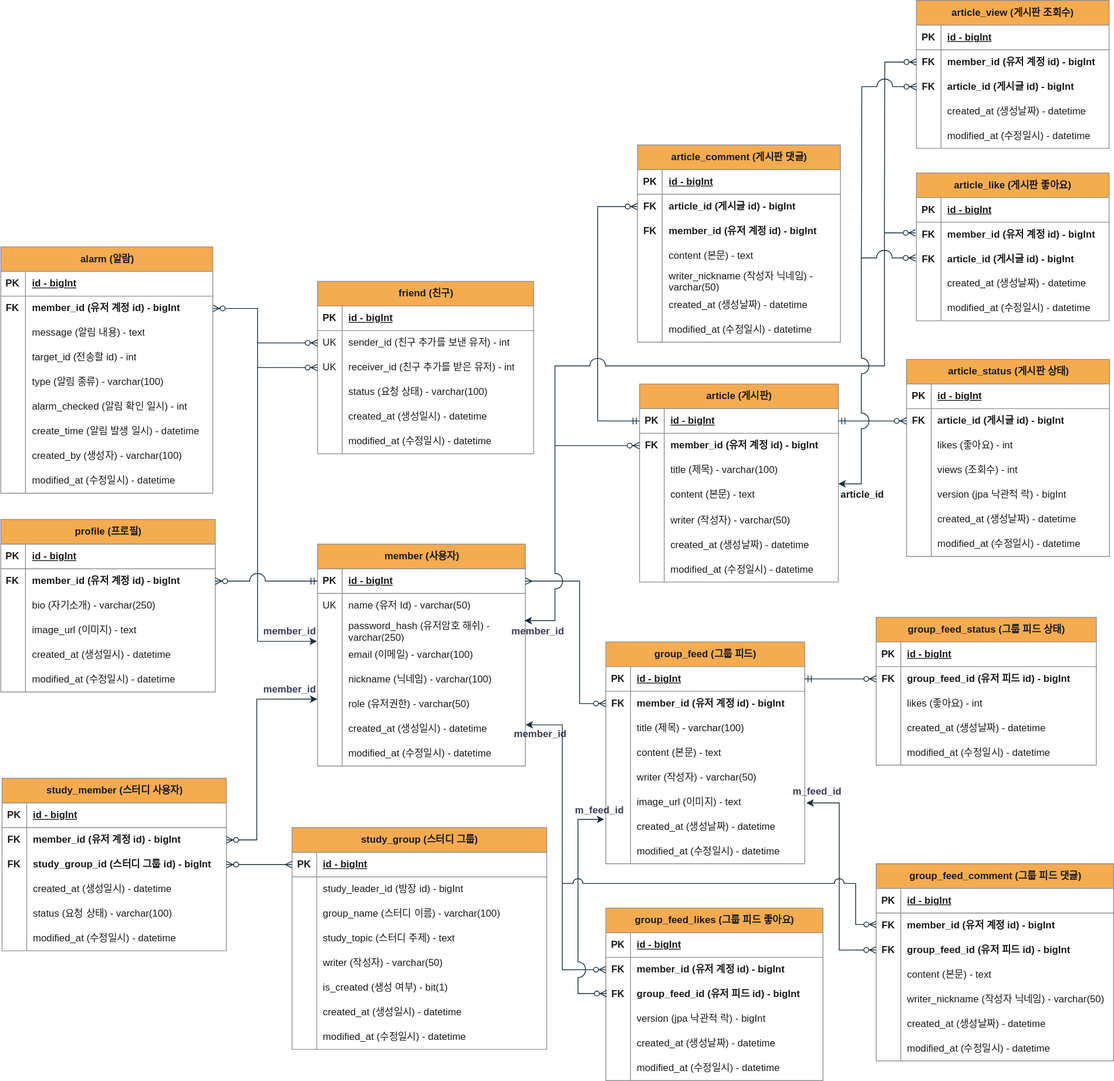
Above: project-erd.svg in mingseok/frontend-backend-database-practice (draw.io), before the change. Source tidied: cells renumbered, new cells last; positions are measured from the earlier drawing's top-left corner, leaving out a move shared by most shapes.
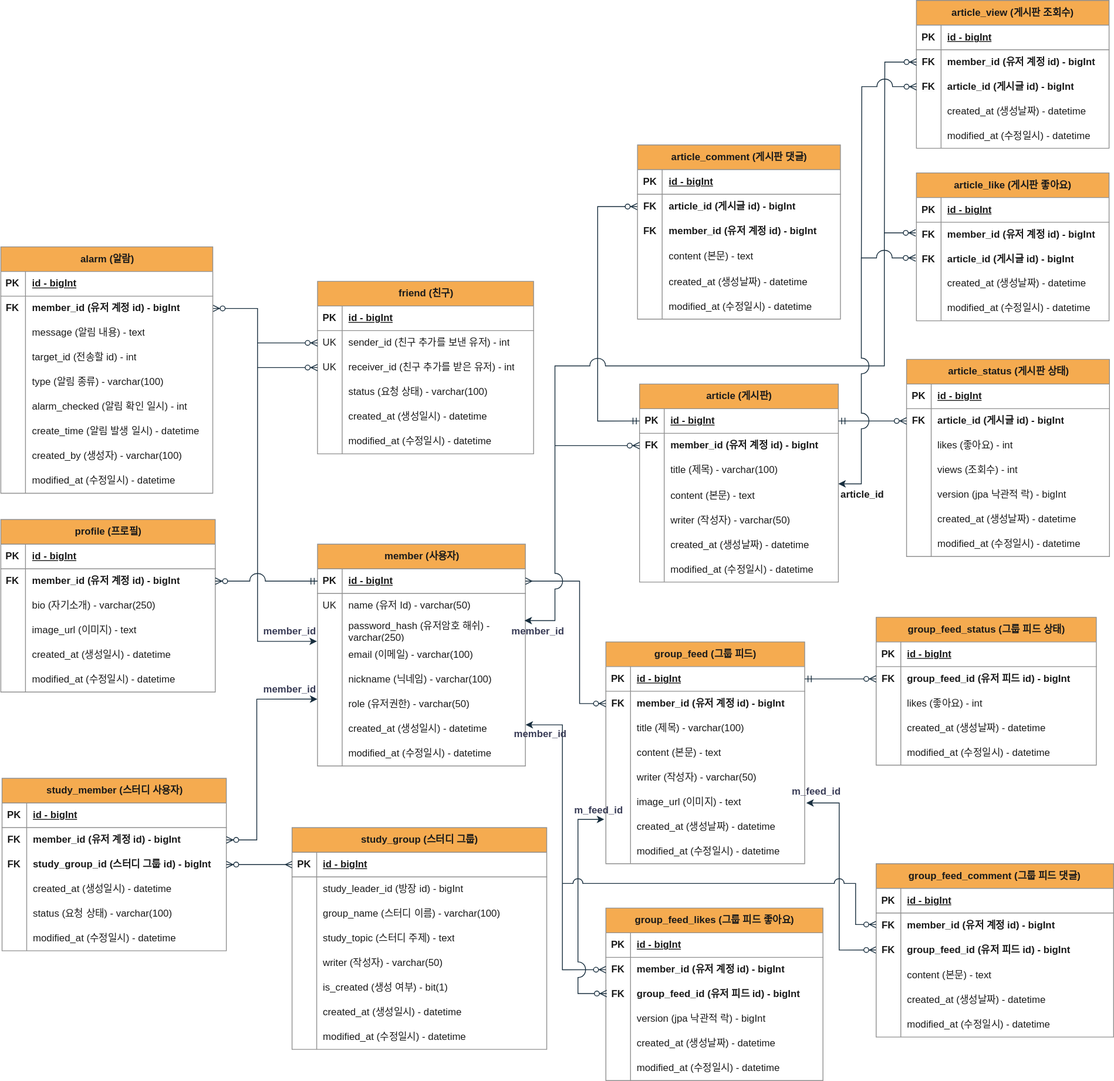
The same file after the commit.

Diff of the diagram source:
```diff
@@ -725,7 +725,7 @@
       <mxGeometry x="311" y="755" width="82" height="26" as="geometry" />
     </mxCell>
     <mxCell id="233" value="article_comment (게시판 댓글)" style="shape=table;startSize=30;rowLines=0;fontStyle=1;align=center;html=1;labelBackgroundColor=none;rounded=0;arcSize=17;fillColor=#F5AB50;strokeColor=#909090;fontColor=#1A1A1A;" parent="1" vertex="1">
-      <mxGeometry x="775.5" y="176" width="247" height="240" as="geometry" />
+      <mxGeometry x="775.5" y="176" width="247" height="212" as="geometry" />
     </mxCell>
     <mxCell id="234" style="shape=tableRow;horizontal=0;startSize=0;swimlaneHead=0;swimlaneBody=0;fillColor=none;top=0;left=0;right=0;bottom=1;labelBackgroundColor=none;rounded=0;strokeColor=#909090;fontColor=#1A1A1A;" parent="233" vertex="1">
       <mxGeometry y="30" width="247" height="30" as="geometry" />
@@ -755,25 +755,16 @@
       <mxGeometry x="30" width="217" height="30" as="geometry" />
     </mxCell>
     <mxCell id="243" style="shape=tableRow;horizontal=0;startSize=0;swimlaneHead=0;swimlaneBody=0;fillColor=none;top=0;left=0;right=0;bottom=0;labelBackgroundColor=none;rounded=0;strokeColor=#909090;fontColor=#1A1A1A;" parent="233" vertex="1">
-      <mxGeometry y="120" width="247" height="30" as="geometry" />
+      <mxGeometry y="120" width="247" height="32" as="geometry" />
     </mxCell>
     <mxCell id="244" style="shape=partialRectangle;fillColor=none;top=0;left=0;bottom=0;right=0;overflow=hidden;whiteSpace=wrap;html=1;labelBackgroundColor=none;rounded=0;strokeColor=#909090;fontColor=#1A1A1A;" parent="243" vertex="1">
-      <mxGeometry width="30" height="30" as="geometry" />
+      <mxGeometry width="30" height="32" as="geometry" />
     </mxCell>
     <mxCell id="245" value="content (본문) - text" style="shape=partialRectangle;fillColor=none;top=0;left=0;bottom=0;right=0;align=left;spacingLeft=6;overflow=hidden;whiteSpace=wrap;html=1;labelBackgroundColor=none;rounded=0;strokeColor=#909090;fontColor=#1A1A1A;" parent="243" vertex="1">
-      <mxGeometry x="30" width="217" height="30" as="geometry" />
+      <mxGeometry x="30" width="217" height="32" as="geometry" />
     </mxCell>
-    <mxCell id="246" style="shape=tableRow;horizontal=0;startSize=0;swimlaneHead=0;swimlaneBody=0;fillColor=none;top=0;left=0;right=0;bottom=0;labelBackgroundColor=none;rounded=0;strokeColor=#909090;fontColor=#1A1A1A;" parent="233" vertex="1">
-      <mxGeometry y="150" width="247" height="30" as="geometry" />
-    </mxCell>
-    <mxCell id="247" style="shape=partialRectangle;fillColor=none;top=0;left=0;bottom=0;right=0;overflow=hidden;whiteSpace=wrap;html=1;labelBackgroundColor=none;rounded=0;strokeColor=#909090;fontColor=#1A1A1A;" parent="246" vertex="1">
-      <mxGeometry width="30" height="30" as="geometry" />
-    </mxCell>
-    <mxCell id="248" value="writer_nickname (작성자 닉네임) - varchar(50)" style="shape=partialRectangle;fillColor=none;top=0;left=0;bottom=0;right=0;align=left;spacingLeft=6;overflow=hidden;whiteSpace=wrap;html=1;labelBackgroundColor=none;rounded=0;strokeColor=#909090;fontColor=#1A1A1A;" parent="246" vertex="1">
-      <mxGeometry x="30" width="217" height="30" as="geometry" />
-    </mxCell>
     <mxCell id="249" style="shape=tableRow;horizontal=0;startSize=0;swimlaneHead=0;swimlaneBody=0;fillColor=none;top=0;left=0;right=0;bottom=0;labelBackgroundColor=none;rounded=0;strokeColor=#909090;fontColor=#1A1A1A;" parent="233" vertex="1">
-      <mxGeometry y="180" width="247" height="30" as="geometry" />
+      <mxGeometry y="152" width="247" height="30" as="geometry" />
     </mxCell>
     <mxCell id="250" style="shape=partialRectangle;fillColor=none;top=0;left=0;bottom=0;right=0;overflow=hidden;whiteSpace=wrap;html=1;labelBackgroundColor=none;rounded=0;strokeColor=#909090;fontColor=#1A1A1A;" parent="249" vertex="1">
       <mxGeometry width="30" height="30" as="geometry" />
@@ -782,7 +773,7 @@
       <mxGeometry x="30" width="217" height="30" as="geometry" />
     </mxCell>
     <mxCell id="252" style="shape=tableRow;horizontal=0;startSize=0;swimlaneHead=0;swimlaneBody=0;fillColor=none;top=0;left=0;right=0;bottom=0;labelBackgroundColor=none;rounded=0;strokeColor=#909090;fontColor=#1A1A1A;" parent="233" vertex="1">
-      <mxGeometry y="210" width="247" height="30" as="geometry" />
+      <mxGeometry y="182" width="247" height="30" as="geometry" />
     </mxCell>
     <mxCell id="253" style="shape=partialRectangle;fillColor=none;top=0;left=0;bottom=0;right=0;overflow=hidden;whiteSpace=wrap;html=1;labelBackgroundColor=none;rounded=0;strokeColor=#909090;fontColor=#1A1A1A;" parent="252" vertex="1">
       <mxGeometry width="30" height="30" as="geometry" />
@@ -791,7 +782,7 @@
       <mxGeometry x="30" width="217" height="30" as="geometry" />
     </mxCell>
     <mxCell id="255" value="&lt;span style=&quot;text-align: left;&quot;&gt;group&lt;/span&gt;_feed_comment (그룹 피드 댓글)" style="shape=table;startSize=30;rowLines=0;fontStyle=1;align=center;html=1;labelBackgroundColor=none;rounded=0;fillColor=#F5AB50;strokeColor=#909090;fontColor=#1A1A1A;" parent="1" vertex="1">
-      <mxGeometry x="1066" y="1051" width="289" height="240" as="geometry" />
+      <mxGeometry x="1066" y="1051" width="289" height="211" as="geometry" />
     </mxCell>
     <mxCell id="256" style="shape=tableRow;horizontal=0;startSize=0;swimlaneHead=0;swimlaneBody=0;fillColor=none;top=0;left=0;right=0;bottom=1;labelBackgroundColor=none;rounded=0;strokeColor=#909090;fontColor=#1A1A1A;" parent="255" vertex="1">
       <mxGeometry y="30" width="289" height="30" as="geometry" />
@@ -821,25 +812,16 @@
       <mxGeometry x="30" width="259" height="30" as="geometry" />
     </mxCell>
     <mxCell id="265" style="shape=tableRow;horizontal=0;startSize=0;swimlaneHead=0;swimlaneBody=0;fillColor=none;top=0;left=0;right=0;bottom=0;labelBackgroundColor=none;rounded=0;strokeColor=#909090;fontColor=#1A1A1A;" parent="255" vertex="1">
-      <mxGeometry y="120" width="289" height="30" as="geometry" />
+      <mxGeometry y="120" width="289" height="31" as="geometry" />
     </mxCell>
     <mxCell id="266" style="shape=partialRectangle;fillColor=none;top=0;left=0;bottom=0;right=0;overflow=hidden;whiteSpace=wrap;html=1;labelBackgroundColor=none;rounded=0;strokeColor=#909090;fontColor=#1A1A1A;" parent="265" vertex="1">
-      <mxGeometry width="30" height="30" as="geometry" />
+      <mxGeometry width="30" height="31" as="geometry" />
     </mxCell>
     <mxCell id="267" value="content (본문) - text" style="shape=partialRectangle;fillColor=none;top=0;left=0;bottom=0;right=0;align=left;spacingLeft=6;overflow=hidden;whiteSpace=wrap;html=1;labelBackgroundColor=none;rounded=0;strokeColor=#909090;fontColor=#1A1A1A;" parent="265" vertex="1">
-      <mxGeometry x="30" width="259" height="30" as="geometry" />
+      <mxGeometry x="30" width="259" height="31" as="geometry" />
     </mxCell>
-    <mxCell id="268" style="shape=tableRow;horizontal=0;startSize=0;swimlaneHead=0;swimlaneBody=0;fillColor=none;top=0;left=0;right=0;bottom=0;labelBackgroundColor=none;rounded=0;strokeColor=#909090;fontColor=#1A1A1A;" parent="255" vertex="1">
-      <mxGeometry y="150" width="289" height="30" as="geometry" />
-    </mxCell>
-    <mxCell id="269" style="shape=partialRectangle;fillColor=none;top=0;left=0;bottom=0;right=0;overflow=hidden;whiteSpace=wrap;html=1;labelBackgroundColor=none;rounded=0;strokeColor=#909090;fontColor=#1A1A1A;" parent="268" vertex="1">
-      <mxGeometry width="30" height="30" as="geometry" />
-    </mxCell>
-    <mxCell id="270" value="writer_nickname (작성자 닉네임) - varchar(50)" style="shape=partialRectangle;fillColor=none;top=0;left=0;bottom=0;right=0;align=left;spacingLeft=6;overflow=hidden;whiteSpace=wrap;html=1;labelBackgroundColor=none;rounded=0;strokeColor=#909090;fontColor=#1A1A1A;" parent="268" vertex="1">
-      <mxGeometry x="30" width="259" height="30" as="geometry" />
-    </mxCell>
     <mxCell id="271" style="shape=tableRow;horizontal=0;startSize=0;swimlaneHead=0;swimlaneBody=0;fillColor=none;top=0;left=0;right=0;bottom=0;labelBackgroundColor=none;rounded=0;strokeColor=#909090;fontColor=#1A1A1A;" parent="255" vertex="1">
-      <mxGeometry y="180" width="289" height="30" as="geometry" />
+      <mxGeometry y="151" width="289" height="30" as="geometry" />
     </mxCell>
     <mxCell id="272" style="shape=partialRectangle;fillColor=none;top=0;left=0;bottom=0;right=0;overflow=hidden;whiteSpace=wrap;html=1;labelBackgroundColor=none;rounded=0;strokeColor=#909090;fontColor=#1A1A1A;" parent="271" vertex="1">
       <mxGeometry width="30" height="30" as="geometry" />
@@ -848,7 +830,7 @@
       <mxGeometry x="30" width="259" height="30" as="geometry" />
     </mxCell>
     <mxCell id="274" style="shape=tableRow;horizontal=0;startSize=0;swimlaneHead=0;swimlaneBody=0;fillColor=none;top=0;left=0;right=0;bottom=0;labelBackgroundColor=none;rounded=0;strokeColor=#909090;fontColor=#1A1A1A;" parent="255" vertex="1">
-      <mxGeometry y="210" width="289" height="30" as="geometry" />
+      <mxGeometry y="181" width="289" height="30" as="geometry" />
     </mxCell>
     <mxCell id="275" style="shape=partialRectangle;fillColor=none;top=0;left=0;bottom=0;right=0;overflow=hidden;whiteSpace=wrap;html=1;labelBackgroundColor=none;rounded=0;strokeColor=#909090;fontColor=#1A1A1A;" parent="274" vertex="1">
       <mxGeometry width="30" height="30" as="geometry" />
```
